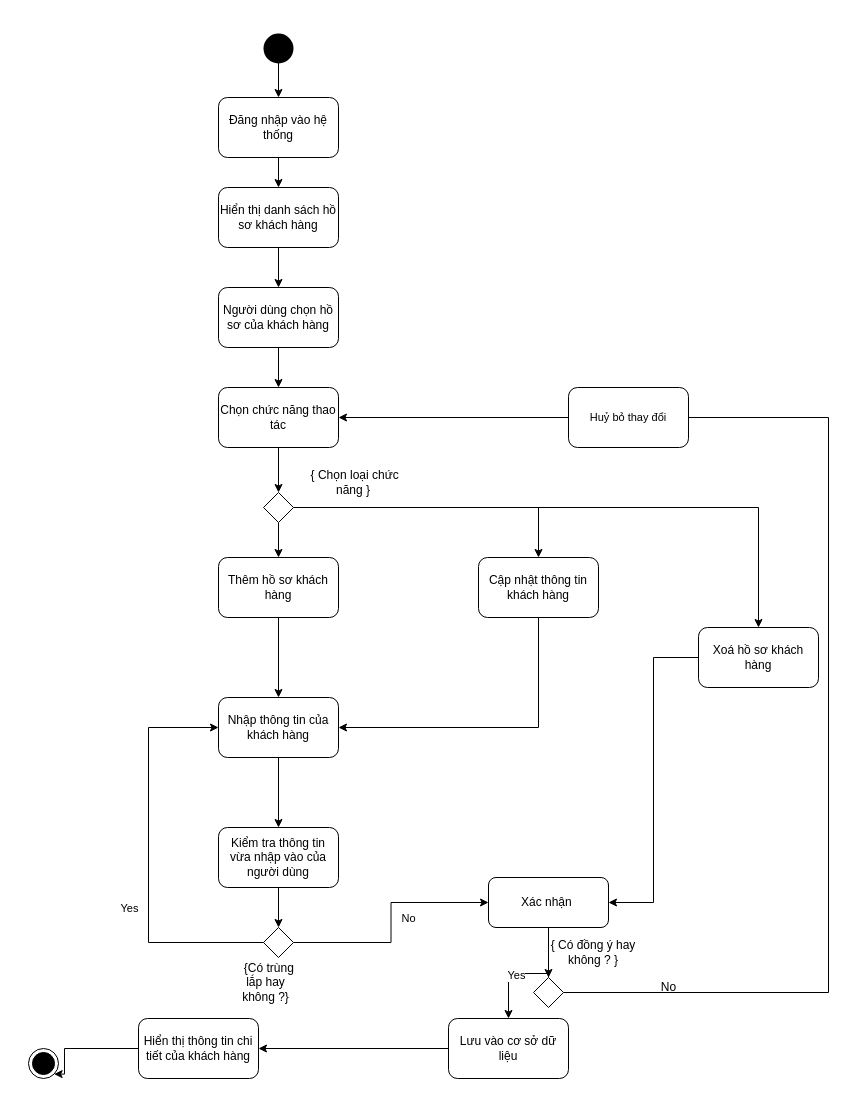
CNPM-Team-1/CNPM keeps this draw.io diagram as Thiết kế/Activity/Quản lý khách hàng.drawio. Above is the earlier version. Source tidied: cells renumbered, new cells numbered last; positions are measured from the earlier drawing's top-left corner, leaving out a move shared by most shapes. Both pictures are drawn from the tidied source at 100%, with x=0, y=0 at pixel (28, 33).
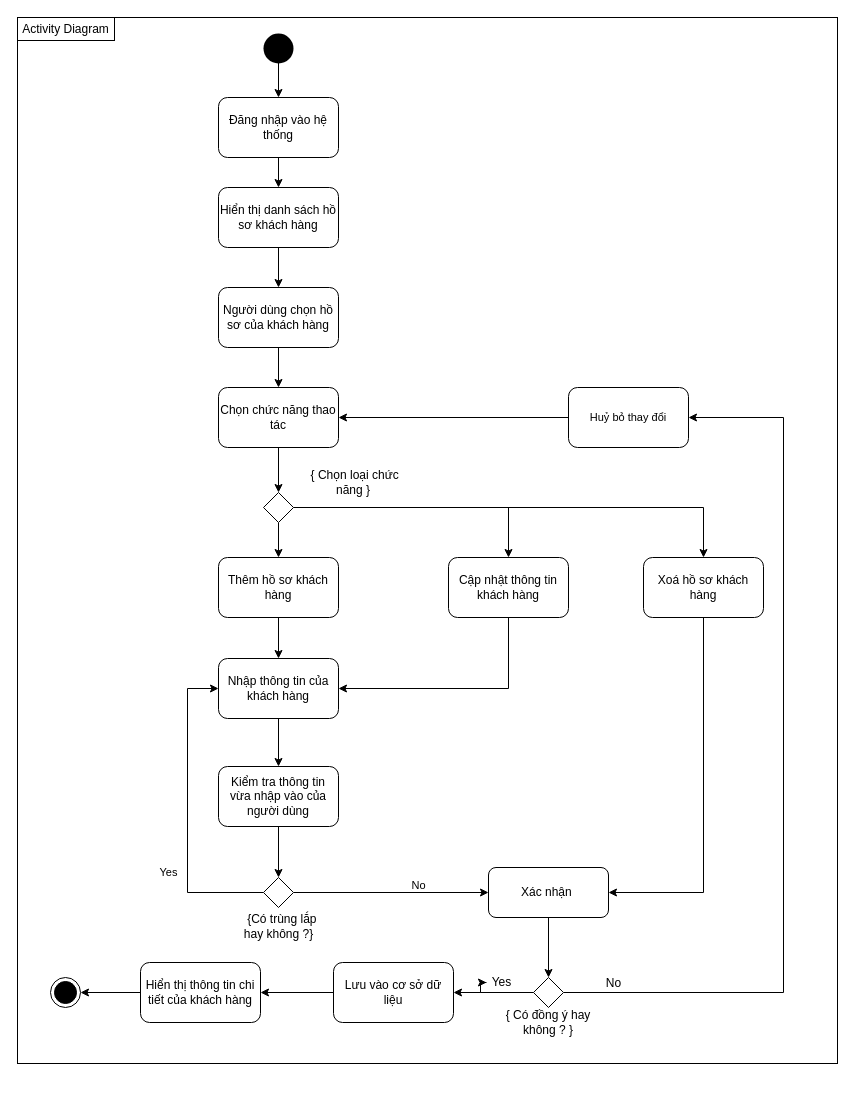
The same diagram, later.

Unchanged cells that the change refers to:
```xml
<mxCell id="14" value="Chọn chức năng thao tác" style="rounded=1;whiteSpace=wrap;html=1;" parent="1" vertex="1">
  <mxGeometry x="190" y="354" width="120" height="60" as="geometry" />
</mxCell>
<mxCell id="18" style="rhombus;" parent="1" vertex="1">
  <mxGeometry x="235" y="459" width="30" height="30" as="geometry" />
</mxCell>
<mxCell id="31" style="edgeStyle=orthogonalEdgeStyle;rounded=0;jettySize=auto;html=1;" parent="1" edge="1" source="33" target="35">
  <mxGeometry relative="1" as="geometry" />
</mxCell>
<mxCell id="39" style="rhombus;" parent="1" vertex="1">
  <mxGeometry x="505" y="944" width="30" height="30" as="geometry" />
</mxCell>
<mxCell id="46" value="&lt;span style=&quot;font-size: 11px ; background-color: rgb(255 , 255 , 255)&quot;&gt;Huỷ bỏ thay đổi&lt;/span&gt;" style="rounded=1;whiteSpace=wrap;html=1;" parent="1" vertex="1">
  <mxGeometry x="540" y="354" width="120" height="60" as="geometry" />
</mxCell>
```

What changed in the source:
```diff
@@
     <mxCell id="6" style="ellipse;html=1;shape=endState;fillColor=#000000;strokeColor=#000000;" parent="1" vertex="1">
-      <mxGeometry y="1015" width="30" height="30" as="geometry" />
+      <mxGeometry x="22" y="944" width="30" height="30" as="geometry" />
     </mxCell>
@@
-    <mxCell id="11" style="edgeStyle=orthogonalEdgeStyle;rounded=0;jettySize=auto;html=1;entryX=1;entryY=1;entryDx=0;entryDy=0;" parent="1" edge="1" source="12" target="6">
-      <mxGeometry relative="1" as="geometry">
-        <Array as="points">
-          <mxPoint x="36" y="1015" />
-        </Array>
-      </mxGeometry>
+    <mxCell id="11" style="edgeStyle=orthogonalEdgeStyle;rounded=0;jettySize=auto;html=1;" parent="1" edge="1" source="12" target="6">
+      <mxGeometry relative="1" as="geometry" />
     </mxCell>
     <mxCell id="12" value="Hiển thị thông tin chi tiết của khách hàng" style="rounded=1;whiteSpace=wrap;html=1;" parent="1" vertex="1">
-      <mxGeometry x="110" y="985" width="120" height="60" as="geometry" />
+      <mxGeometry x="112" y="929" width="120" height="60" as="geometry" />
     </mxCell>
@@
     <mxCell id="17" style="edgeStyle=orthogonalEdgeStyle;rounded=0;jettySize=auto;html=1;entryX=0.5;entryY=0;entryDx=0;entryDy=0;" parent="1" edge="1" source="18" target="23">
       <mxGeometry relative="1" as="geometry">
         <Array as="points">
-          <mxPoint x="730" y="474" />
+          <mxPoint x="675" y="474" />
         </Array>
       </mxGeometry>
     </mxCell>
@@
     <mxCell id="21" style="edgeStyle=orthogonalEdgeStyle;rounded=0;jettySize=auto;html=1;entryX=1;entryY=0.5;entryDx=0;entryDy=0;" parent="1" edge="1" source="22" target="25">
       <mxGeometry relative="1" as="geometry">
         <Array as="points">
-          <mxPoint x="510" y="694" />
+          <mxPoint x="480" y="655" />
         </Array>
       </mxGeometry>
     </mxCell>
     <mxCell id="22" value="Cập nhật thông tin khách hàng" style="rounded=1;whiteSpace=wrap;html=1;" parent="1" vertex="1">
-      <mxGeometry x="450" y="524" width="120" height="60" as="geometry" />
+      <mxGeometry x="420" y="524" width="120" height="60" as="geometry" />
     </mxCell>
+    <mxCell id="26" style="edgeStyle=orthogonalEdgeStyle;rounded=0;jettySize=auto;html=1;entryX=1;entryY=0.5;entryDx=0;entryDy=0;" parent="1" edge="1" source="23" target="35">
+      <mxGeometry relative="1" as="geometry">
+        <Array as="points">
+          <mxPoint x="675" y="859" />
+        </Array>
+      </mxGeometry>
+    </mxCell>
     <mxCell id="23" value="Xoá hồ sơ khách hàng" style="rounded=1;whiteSpace=wrap;html=1;" parent="1" vertex="1">
-      <mxGeometry x="670" y="594" width="120" height="60" as="geometry" />
+      <mxGeometry x="615" y="524" width="120" height="60" as="geometry" />
     </mxCell>
@@
     <mxCell id="25" value="Nhập thông tin của khách hàng" style="rounded=1;whiteSpace=wrap;html=1;" parent="1" vertex="1">
-      <mxGeometry x="190" y="664" width="120" height="60" as="geometry" />
+      <mxGeometry x="190" y="625" width="120" height="60" as="geometry" />
     </mxCell>
-    <mxCell id="26" style="edgeStyle=orthogonalEdgeStyle;rounded=0;jettySize=auto;html=1;entryX=1;entryY=0.5;entryDx=0;entryDy=0;exitX=0;exitY=0.75;exitDx=0;exitDy=0;" parent="1" edge="1" source="23" target="35">
-      <mxGeometry relative="1" as="geometry">
-        <Array as="points">
-          <mxPoint x="670" y="624" />
-          <mxPoint x="625" y="624" />
-          <mxPoint x="625" y="869" />
-        </Array>
-      </mxGeometry>
-    </mxCell>
@@
     <mxCell id="28" value="Kiểm tra thông tin vừa nhập vào của người dùng" style="rounded=1;whiteSpace=wrap;html=1;" parent="1" vertex="1">
-      <mxGeometry x="190" y="794" width="120" height="60" as="geometry" />
+      <mxGeometry x="190" y="733" width="120" height="60" as="geometry" />
     </mxCell>
     <mxCell id="29" style="edgeStyle=orthogonalEdgeStyle;rounded=0;jettySize=auto;html=1;entryX=0;entryY=0.5;entryDx=0;entryDy=0;" parent="1" edge="1" source="33" target="25">
       <mxGeometry relative="1" as="geometry">
         <Array as="points">
-          <mxPoint x="120" y="909" />
-          <mxPoint x="120" y="694" />
+          <mxPoint x="159" y="859" />
+          <mxPoint x="159" y="655" />
         </Array>
       </mxGeometry>
     </mxCell>
@@
     <mxCell id="32" value="No" style="edgeLabel;html=1;align=center;verticalAlign=middle;" parent="31" vertex="1">
       <mxGeometry x="0.34" y="2" relative="1" as="geometry">
-        <mxPoint x="-2.3" y="17" as="offset" />
+        <mxPoint x="-7" y="-6" as="offset" />
       </mxGeometry>
     </mxCell>
     <mxCell id="33" style="rhombus;" parent="1" vertex="1">
-      <mxGeometry x="235" y="894" width="30" height="30" as="geometry" />
+      <mxGeometry x="235" y="844" width="30" height="30" as="geometry" />
     </mxCell>
@@
     <mxCell id="35" value="Xác nhận&amp;nbsp;" style="rounded=1;whiteSpace=wrap;html=1;" parent="1" vertex="1">
-      <mxGeometry x="460" y="844" width="120" height="50" as="geometry" />
+      <mxGeometry x="460" y="834" width="120" height="50" as="geometry" />
     </mxCell>
-    <mxCell id="36" style="edgeStyle=orthogonalEdgeStyle;rounded=0;jettySize=auto;html=1;entryX=1;entryY=0.5;entryDx=0;entryDy=0;" parent="1" edge="1" source="39" target="14">
-      <mxGeometry relative="1" as="geometry">
-        <Array as="points">
-          <mxPoint x="800" y="959" />
-          <mxPoint x="800" y="384" />
-        </Array>
-      </mxGeometry>
-    </mxCell>
-    <mxCell id="37" style="edgeStyle=orthogonalEdgeStyle;rounded=0;jettySize=auto;html=1;" parent="1" edge="1" source="39" target="42">
+    <mxCell id="37" style="edgeStyle=orthogonalEdgeStyle;rounded=0;jettySize=auto;html=1;" parent="1" edge="1" source="38" target="42">
       <mxGeometry relative="1" as="geometry">
         <Array as="points">
-          <mxPoint x="480" y="940" />
+          <mxPoint x="452" y="959" />
         </Array>
       </mxGeometry>
     </mxCell>
-    <mxCell id="38" value="Yes" style="edgeLabel;html=1;align=center;verticalAlign=middle;points=[];" parent="37" vertex="1">
-      <mxGeometry x="-0.17" y="1" relative="1" as="geometry" />
-    </mxCell>
+    <mxCell id="47" style="edgeStyle=orthogonalEdgeStyle;rounded=0;jettySize=auto;html=1;entryX=1;entryY=0.5;entryDx=0;entryDy=0;" parent="1" edge="1" source="39" target="46">
+      <mxGeometry relative="1" as="geometry">
+        <Array as="points">
+          <mxPoint x="755" y="959" />
+          <mxPoint x="755" y="384" />
+        </Array>
+      </mxGeometry>
+    </mxCell>
@@
     <mxCell id="40" value="&amp;nbsp; {Có trùng lắp hay không ?}" style="text;html=1;strokeColor=none;fillColor=none;align=center;verticalAlign=middle;whiteSpace=wrap;rounded=0;" parent="1" vertex="1">
-      <mxGeometry x="200" y="934" width="75" height="30" as="geometry" />
+      <mxGeometry x="203.5" y="878" width="93" height="30" as="geometry" />
     </mxCell>
@@
     <mxCell id="42" value="Lưu vào cơ sở dữ liệu" style="rounded=1;whiteSpace=wrap;html=1;" parent="1" vertex="1">
-      <mxGeometry x="420" y="985" width="120" height="60" as="geometry" />
+      <mxGeometry x="305" y="929" width="120" height="60" as="geometry" />
     </mxCell>
@@
     <mxCell id="44" value="{ Có đồng ý hay không ? }" style="text;html=1;strokeColor=none;fillColor=none;align=center;verticalAlign=middle;whiteSpace=wrap;rounded=0;" parent="1" vertex="1">
-      <mxGeometry x="520" y="904" width="90" height="30" as="geometry" />
+      <mxGeometry x="475" y="974" width="90" height="30" as="geometry" />
     </mxCell>
     <mxCell id="45" value="No" style="text;html=1;align=center;verticalAlign=middle;" parent="1" vertex="1">
-      <mxGeometry x="625" y="944" width="30" height="20" as="geometry" />
+      <mxGeometry x="570" y="940" width="30" height="20" as="geometry" />
     </mxCell>
+    <mxCell id="48" style="edgeStyle=orthogonalEdgeStyle;rounded=0;jettySize=auto;html=1;entryX=1;entryY=0.5;entryDx=0;entryDy=0;" parent="1" edge="1" source="46" target="14">
+      <mxGeometry relative="1" as="geometry" />
+    </mxCell>
@@
+    <mxCell id="38" value="Yes" style="text;html=1;align=center;verticalAlign=middle;points=[];" parent="1" vertex="1">
+      <mxGeometry x="458" y="940" width="30" height="18" as="geometry" />
+    </mxCell>
+    <mxCell id="49" style="edgeStyle=orthogonalEdgeStyle;rounded=0;jettySize=auto;html=1;" parent="1" edge="1" source="39" target="38">
+      <mxGeometry relative="1" as="geometry">
+        <Array as="points">
+          <mxPoint x="452" y="959" />
+        </Array>
+      </mxGeometry>
+    </mxCell>
+    <mxCell id="50" style="rounded=0;whiteSpace=wrap;html=1;fillColor=none;" parent="1" vertex="1">
+      <mxGeometry x="-11" y="-16" width="820" height="1046" as="geometry" />
+    </mxCell>
+    <mxCell id="51" value="Activity Diagram" style="rounded=0;whiteSpace=wrap;html=1;fillColor=none;" parent="1" vertex="1">
+      <mxGeometry x="-11" y="-16" width="97" height="23" as="geometry" />
+    </mxCell>
```
